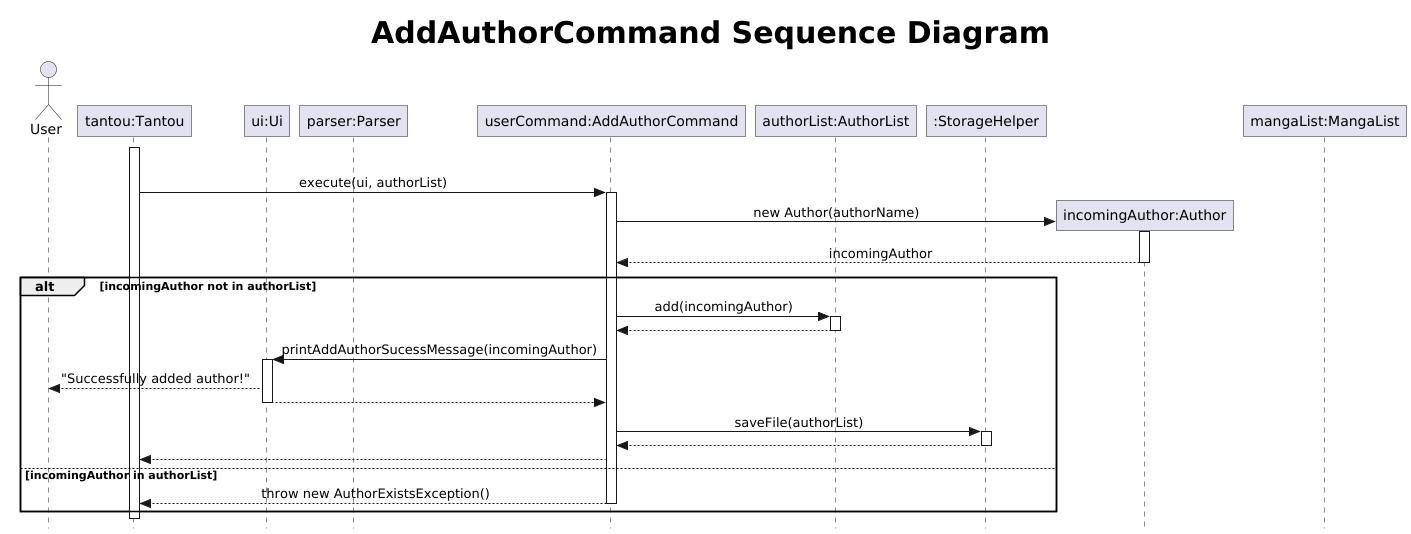
Before: docs/uml/images/AddAuthorSequence.png, a diagram exported from PlantUML (xenthm/tp).
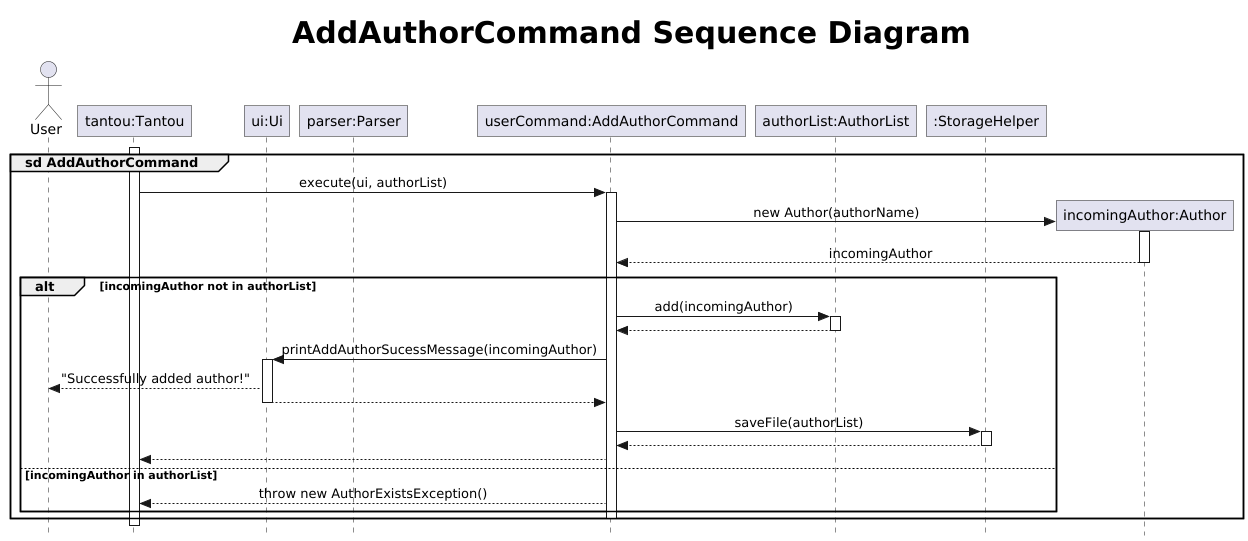
After the change.

Commit message:
Update DeleteAuthorCommand sequence diagram

Diff of the diagram source:
```diff
@@ -12,7 +12,6 @@
 participant "authorList:AuthorList" as authorList
 participant ":StorageHelper" as storage
 participant "incomingAuthor:Author" as author
-participant "mangaList:MangaList" as mangaList
 
 activate tantou
 group sd AddAuthorCommand
@@ -41,8 +40,9 @@
         userCommand --> tantou
     else incomingAuthor in authorList
         userCommand --> tantou : throw new AuthorExistsException()
+    end
+    deactivate userCommand
 
-    deactivate userCommand
 end
 deactivate tantou
 autoactivate on
```
